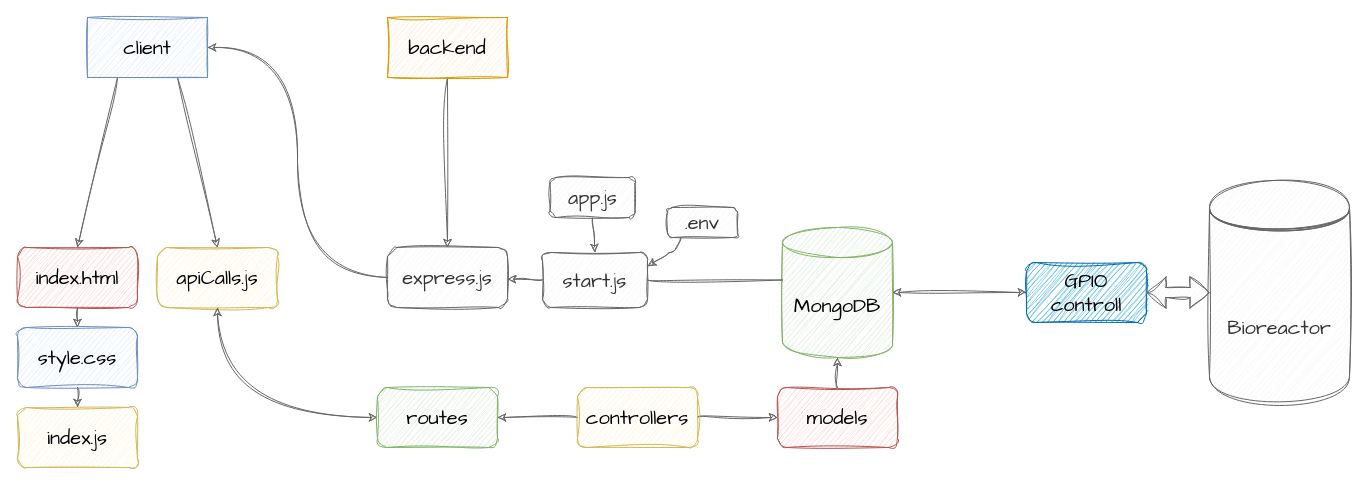
Earlier version of the draw.io diagram blueprints/softwareDesign.drawio (MelcherMate/Bioversee_Webapp). Source tidied: cells renumbered, new cells numbered last; positions are measured from the earlier drawing's top-left corner, leaving out a move shared by most shapes. Both pictures are drawn from the tidied source at 100%, with x=0, y=0 at pixel (17, 17).
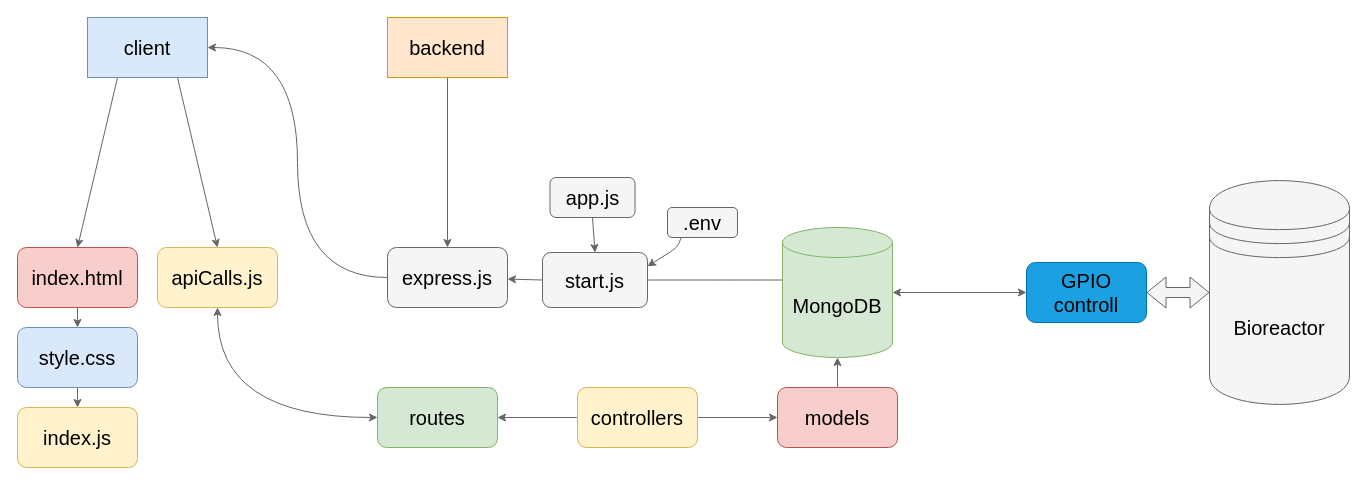
The same page after the edit.

The edit, as a diff of the source:
```diff
@@
-    <mxCell id="2" style="edgeStyle=none;hachureGap=4;html=1;exitX=0.25;exitY=1;exitDx=0;exitDy=0;entryX=0.5;entryY=0;entryDx=0;entryDy=0;fontFamily=Architects Daughter;fontSize=16;fontColor=#000000;labelBackgroundColor=none;sketch=1;curveFitting=1;jiggle=2;shadow=0;fillColor=#f5f5f5;strokeColor=#666666;" parent="1" edge="1" source="4" target="8">
+    <mxCell id="2" style="edgeStyle=none;hachureGap=4;html=1;exitX=0.25;exitY=1;exitDx=0;exitDy=0;entryX=0.5;entryY=0;entryDx=0;entryDy=0;fontFamily=Helvetica;fontSize=16;fontColor=#000000;labelBackgroundColor=none;shadow=0;fillColor=#f5f5f5;strokeColor=#666666;" parent="1" edge="1" source="4" target="8">
       <mxGeometry relative="1" as="geometry" />
     </mxCell>
-    <mxCell id="3" style="edgeStyle=none;hachureGap=4;html=1;exitX=0.75;exitY=1;exitDx=0;exitDy=0;entryX=0.5;entryY=0;entryDx=0;entryDy=0;fontFamily=Architects Daughter;fontSize=16;fontColor=#000000;labelBackgroundColor=none;sketch=1;curveFitting=1;jiggle=2;shadow=0;fillColor=#f5f5f5;strokeColor=#666666;" parent="1" edge="1" source="4" target="12">
+    <mxCell id="3" style="edgeStyle=none;hachureGap=4;html=1;exitX=0.75;exitY=1;exitDx=0;exitDy=0;entryX=0.5;entryY=0;entryDx=0;entryDy=0;fontFamily=Helvetica;fontSize=16;fontColor=#000000;labelBackgroundColor=none;shadow=0;fillColor=#f5f5f5;strokeColor=#666666;" parent="1" edge="1" source="4" target="12">
       <mxGeometry relative="1" as="geometry" />
     </mxCell>
-    <mxCell id="4" value="client" style="rounded=0;whiteSpace=wrap;html=1;hachureGap=4;fontFamily=Architects Daughter;fontSize=20;labelBackgroundColor=none;sketch=1;curveFitting=1;jiggle=2;shadow=0;fillColor=#dae8fc;strokeColor=#6c8ebf;fontColor=#000000;" parent="1" vertex="1">
+    <mxCell id="4" value="client" style="rounded=0;whiteSpace=wrap;html=1;hachureGap=4;fontFamily=Helvetica;fontSize=20;labelBackgroundColor=none;shadow=0;fillColor=#dae8fc;strokeColor=#6c8ebf;fontColor=#000000;" parent="1" vertex="1">
       <mxGeometry x="70" width="120" height="60" as="geometry" />
     </mxCell>
-    <mxCell id="5" style="edgeStyle=none;hachureGap=4;html=1;exitX=0.5;exitY=1;exitDx=0;exitDy=0;entryX=0.5;entryY=0;entryDx=0;entryDy=0;fontFamily=Architects Daughter;fontSize=16;fontColor=#000000;labelBackgroundColor=none;sketch=1;curveFitting=1;jiggle=2;shadow=0;fillColor=#f5f5f5;strokeColor=#666666;" parent="1" edge="1" source="6" target="14">
+    <mxCell id="5" style="edgeStyle=none;hachureGap=4;html=1;exitX=0.5;exitY=1;exitDx=0;exitDy=0;entryX=0.5;entryY=0;entryDx=0;entryDy=0;fontFamily=Helvetica;fontSize=16;fontColor=#000000;labelBackgroundColor=none;shadow=0;fillColor=#f5f5f5;strokeColor=#666666;" parent="1" edge="1" source="6" target="14">
       <mxGeometry relative="1" as="geometry" />
     </mxCell>
-    <mxCell id="6" value="backend" style="rounded=0;whiteSpace=wrap;html=1;hachureGap=4;fontFamily=Architects Daughter;fontSize=20;gradientDirection=north;labelBackgroundColor=none;sketch=1;curveFitting=1;jiggle=2;shadow=0;fillColor=#ffe6cc;strokeColor=#d79b00;fontColor=#000000;" parent="1" vertex="1">
+    <mxCell id="6" value="backend" style="rounded=0;whiteSpace=wrap;html=1;hachureGap=4;fontFamily=Helvetica;fontSize=20;gradientDirection=north;labelBackgroundColor=none;shadow=0;fillColor=#ffe6cc;strokeColor=#d79b00;fontColor=#000000;" parent="1" vertex="1">
       <mxGeometry x="370" width="120" height="60" as="geometry" />
     </mxCell>
-    <mxCell id="7" style="edgeStyle=none;hachureGap=4;html=1;exitX=0.5;exitY=1;exitDx=0;exitDy=0;entryX=0.5;entryY=0;entryDx=0;entryDy=0;fontFamily=Architects Daughter;fontSize=16;fontColor=#000000;labelBackgroundColor=none;sketch=1;curveFitting=1;jiggle=2;shadow=0;fillColor=#f5f5f5;strokeColor=#666666;" parent="1" edge="1" source="8" target="10">
+    <mxCell id="7" style="edgeStyle=none;hachureGap=4;html=1;exitX=0.5;exitY=1;exitDx=0;exitDy=0;entryX=0.5;entryY=0;entryDx=0;entryDy=0;fontFamily=Helvetica;fontSize=16;fontColor=#000000;labelBackgroundColor=none;shadow=0;fillColor=#f5f5f5;strokeColor=#666666;" parent="1" edge="1" source="8" target="10">
       <mxGeometry relative="1" as="geometry" />
     </mxCell>
-    <mxCell id="8" value="index.html" style="rounded=1;whiteSpace=wrap;html=1;hachureGap=4;fontFamily=Architects Daughter;fontSize=20;labelBackgroundColor=none;sketch=1;curveFitting=1;jiggle=2;shadow=0;fillColor=#f8cecc;strokeColor=#b85450;fontColor=#000000;" parent="1" vertex="1">
+    <mxCell id="8" value="index.html" style="rounded=1;whiteSpace=wrap;html=1;hachureGap=4;fontFamily=Helvetica;fontSize=20;labelBackgroundColor=none;shadow=0;fillColor=#f8cecc;strokeColor=#b85450;fontColor=#000000;" parent="1" vertex="1">
       <mxGeometry y="230" width="120" height="60" as="geometry" />
     </mxCell>
-    <mxCell id="9" style="edgeStyle=none;hachureGap=4;html=1;exitX=0.5;exitY=1;exitDx=0;exitDy=0;entryX=0.5;entryY=0;entryDx=0;entryDy=0;fontFamily=Architects Daughter;fontSize=16;fontColor=#000000;labelBackgroundColor=none;sketch=1;curveFitting=1;jiggle=2;shadow=0;fillColor=#f5f5f5;strokeColor=#666666;" parent="1" edge="1" source="10" target="11">
+    <mxCell id="9" style="edgeStyle=none;hachureGap=4;html=1;exitX=0.5;exitY=1;exitDx=0;exitDy=0;entryX=0.5;entryY=0;entryDx=0;entryDy=0;fontFamily=Helvetica;fontSize=16;fontColor=#000000;labelBackgroundColor=none;shadow=0;fillColor=#f5f5f5;strokeColor=#666666;" parent="1" edge="1" source="10" target="11">
       <mxGeometry relative="1" as="geometry" />
     </mxCell>
-    <mxCell id="10" value="style.css" style="rounded=1;whiteSpace=wrap;html=1;hachureGap=4;fontFamily=Architects Daughter;fontSize=20;labelBackgroundColor=none;sketch=1;curveFitting=1;jiggle=2;shadow=0;fillColor=#dae8fc;strokeColor=#6c8ebf;fontColor=#000000;" parent="1" vertex="1">
+    <mxCell id="10" value="style.css" style="rounded=1;whiteSpace=wrap;html=1;hachureGap=4;fontFamily=Helvetica;fontSize=20;labelBackgroundColor=none;shadow=0;fillColor=#dae8fc;strokeColor=#6c8ebf;fontColor=#000000;" parent="1" vertex="1">
       <mxGeometry y="310" width="120" height="60" as="geometry" />
     </mxCell>
-    <mxCell id="11" value="index.js" style="rounded=1;whiteSpace=wrap;html=1;hachureGap=4;fontFamily=Architects Daughter;fontSize=20;labelBackgroundColor=none;sketch=1;curveFitting=1;jiggle=2;shadow=0;fillColor=#fff2cc;strokeColor=#d6b656;fontColor=#000000;" parent="1" vertex="1">
+    <mxCell id="11" value="index.js" style="rounded=1;whiteSpace=wrap;html=1;hachureGap=4;fontFamily=Helvetica;fontSize=20;labelBackgroundColor=none;shadow=0;fillColor=#fff2cc;strokeColor=#d6b656;fontColor=#000000;" parent="1" vertex="1">
       <mxGeometry y="390" width="120" height="60" as="geometry" />
     </mxCell>
-    <mxCell id="12" value="apiCalls.js" style="rounded=1;whiteSpace=wrap;html=1;hachureGap=4;fontFamily=Architects Daughter;fontSize=20;labelBackgroundColor=none;sketch=1;curveFitting=1;jiggle=2;shadow=0;fillColor=#fff2cc;strokeColor=#d6b656;fontColor=#000000;" parent="1" vertex="1">
+    <mxCell id="12" value="apiCalls.js" style="rounded=1;whiteSpace=wrap;html=1;hachureGap=4;fontFamily=Helvetica;fontSize=20;labelBackgroundColor=none;shadow=0;fillColor=#fff2cc;strokeColor=#d6b656;fontColor=#000000;" parent="1" vertex="1">
       <mxGeometry x="140" y="230" width="120" height="60" as="geometry" />
     </mxCell>
-    <mxCell id="13" style="edgeStyle=orthogonalEdgeStyle;hachureGap=4;html=1;exitX=0;exitY=0.5;exitDx=0;exitDy=0;entryX=1;entryY=0.5;entryDx=0;entryDy=0;fontFamily=Architects Daughter;fontSize=16;curved=1;fontColor=#000000;labelBackgroundColor=none;sketch=1;curveFitting=1;jiggle=2;shadow=0;fillColor=#f5f5f5;strokeColor=#666666;" parent="1" edge="1" source="14" target="4">
+    <mxCell id="13" style="edgeStyle=orthogonalEdgeStyle;hachureGap=4;html=1;exitX=0;exitY=0.5;exitDx=0;exitDy=0;entryX=1;entryY=0.5;entryDx=0;entryDy=0;fontFamily=Helvetica;fontSize=16;curved=1;fontColor=#000000;labelBackgroundColor=none;shadow=0;fillColor=#f5f5f5;strokeColor=#666666;" parent="1" edge="1" source="14" target="4">
       <mxGeometry relative="1" as="geometry" />
     </mxCell>
-    <mxCell id="14" value="express.js" style="rounded=1;whiteSpace=wrap;html=1;hachureGap=4;fontFamily=Architects Daughter;fontSize=20;labelBackgroundColor=none;sketch=1;curveFitting=1;jiggle=2;shadow=0;fillColor=#f5f5f5;strokeColor=#666666;fontColor=#333333;" parent="1" vertex="1">
+    <mxCell id="14" value="express.js" style="rounded=1;whiteSpace=wrap;html=1;hachureGap=4;fontFamily=Helvetica;fontSize=20;labelBackgroundColor=none;shadow=0;fillColor=#f5f5f5;strokeColor=#666666;fontColor=#000000;" parent="1" vertex="1">
       <mxGeometry x="370" y="230" width="120" height="60" as="geometry" />
     </mxCell>
-    <mxCell id="15" style="edgeStyle=none;hachureGap=4;html=1;exitX=0;exitY=0.5;exitDx=0;exitDy=0;fontFamily=Architects Daughter;fontSize=16;fontColor=#000000;labelBackgroundColor=none;sketch=1;curveFitting=1;jiggle=2;shadow=0;fillColor=#f5f5f5;strokeColor=#666666;" parent="1" edge="1" source="16" target="14">
+    <mxCell id="15" style="edgeStyle=none;hachureGap=4;html=1;exitX=0;exitY=0.5;exitDx=0;exitDy=0;fontFamily=Helvetica;fontSize=16;fontColor=#000000;labelBackgroundColor=none;shadow=0;fillColor=#f5f5f5;strokeColor=#666666;" parent="1" edge="1" source="16" target="14">
       <mxGeometry relative="1" as="geometry" />
     </mxCell>
-    <mxCell id="16" value="start.js" style="rounded=1;whiteSpace=wrap;html=1;hachureGap=4;fontFamily=Architects Daughter;fontSize=20;labelBackgroundColor=none;sketch=1;curveFitting=1;jiggle=2;shadow=0;fillColor=#f5f5f5;strokeColor=#666666;fontColor=#333333;" parent="1" vertex="1">
+    <mxCell id="16" value="start.js" style="rounded=1;whiteSpace=wrap;html=1;hachureGap=4;fontFamily=Helvetica;fontSize=20;labelBackgroundColor=none;shadow=0;fillColor=#f5f5f5;strokeColor=#666666;fontColor=#000000;" parent="1" vertex="1">
       <mxGeometry x="525" y="235" width="105" height="55" as="geometry" />
     </mxCell>
-    <mxCell id="17" style="edgeStyle=none;hachureGap=4;html=1;exitX=0.191;exitY=1.018;exitDx=0;exitDy=0;entryX=1;entryY=0.25;entryDx=0;entryDy=0;fontFamily=Architects Daughter;fontSize=16;exitPerimeter=0;fontColor=#000000;labelBackgroundColor=none;sketch=1;curveFitting=1;jiggle=2;shadow=0;fillColor=#f5f5f5;strokeColor=#666666;" parent="1" edge="1" source="18" target="16">
+    <mxCell id="17" style="edgeStyle=none;hachureGap=4;html=1;exitX=0.191;exitY=1.018;exitDx=0;exitDy=0;entryX=1;entryY=0.25;entryDx=0;entryDy=0;fontFamily=Helvetica;fontSize=16;exitPerimeter=0;fontColor=#000000;labelBackgroundColor=none;shadow=0;fillColor=#f5f5f5;strokeColor=#666666;" parent="1" edge="1" source="18" target="16">
       <mxGeometry relative="1" as="geometry">
         <Array as="points">
           <mxPoint x="660" y="230" />
         </Array>
       </mxGeometry>
     </mxCell>
-    <mxCell id="18" value=".env" style="rounded=1;whiteSpace=wrap;html=1;hachureGap=4;fontFamily=Architects Daughter;fontSize=20;labelBackgroundColor=none;sketch=1;curveFitting=1;jiggle=2;shadow=0;fillColor=#f5f5f5;strokeColor=#666666;fontColor=#333333;" parent="1" vertex="1">
+    <mxCell id="18" value=".env" style="rounded=1;whiteSpace=wrap;html=1;hachureGap=4;fontFamily=Helvetica;fontSize=20;labelBackgroundColor=none;shadow=0;fillColor=#f5f5f5;strokeColor=#666666;fontColor=#000000;" parent="1" vertex="1">
       <mxGeometry x="650" y="190" width="70" height="30" as="geometry" />
     </mxCell>
-    <mxCell id="19" style="edgeStyle=none;hachureGap=4;html=1;exitX=0.5;exitY=1;exitDx=0;exitDy=0;entryX=0.5;entryY=0;entryDx=0;entryDy=0;fontFamily=Architects Daughter;fontSize=16;fontColor=#000000;labelBackgroundColor=none;sketch=1;curveFitting=1;jiggle=2;shadow=0;fillColor=#f5f5f5;strokeColor=#666666;" parent="1" edge="1" source="20" target="16">
+    <mxCell id="19" style="edgeStyle=none;hachureGap=4;html=1;exitX=0.5;exitY=1;exitDx=0;exitDy=0;entryX=0.5;entryY=0;entryDx=0;entryDy=0;fontFamily=Helvetica;fontSize=16;fontColor=#000000;labelBackgroundColor=none;shadow=0;fillColor=#f5f5f5;strokeColor=#666666;" parent="1" edge="1" source="20" target="16">
       <mxGeometry relative="1" as="geometry" />
     </mxCell>
-    <mxCell id="20" value="app.js" style="rounded=1;whiteSpace=wrap;html=1;hachureGap=4;fontFamily=Architects Daughter;fontSize=20;labelBackgroundColor=none;sketch=1;curveFitting=1;jiggle=2;shadow=0;fillColor=#f5f5f5;strokeColor=#666666;fontColor=#333333;" parent="1" vertex="1">
+    <mxCell id="20" value="app.js" style="rounded=1;whiteSpace=wrap;html=1;hachureGap=4;fontFamily=Helvetica;fontSize=20;labelBackgroundColor=none;shadow=0;fillColor=#f5f5f5;strokeColor=#666666;fontColor=#000000;" parent="1" vertex="1">
       <mxGeometry x="532.5" y="160" width="85" height="40" as="geometry" />
     </mxCell>
-    <mxCell id="21" value="MongoDB" style="shape=cylinder3;whiteSpace=wrap;html=1;boundedLbl=1;backgroundOutline=1;size=15;hachureGap=4;fontFamily=Architects Daughter;fontSize=20;labelBackgroundColor=none;sketch=1;curveFitting=1;jiggle=2;shadow=0;fillColor=#d5e8d4;strokeColor=#82b366;fontColor=#000000;" parent="1" vertex="1">
+    <mxCell id="21" value="MongoDB" style="shape=cylinder3;whiteSpace=wrap;html=1;boundedLbl=1;backgroundOutline=1;size=15;hachureGap=4;fontFamily=Helvetica;fontSize=20;labelBackgroundColor=none;shadow=0;fillColor=#d5e8d4;strokeColor=#82b366;fontColor=#000000;" parent="1" vertex="1">
       <mxGeometry x="765" y="210" width="110" height="130" as="geometry" />
     </mxCell>
-    <mxCell id="22" style="endArrow=none;html=1;shadow=0;hachureGap=4;fontFamily=Architects Daughter;fontSize=16;curved=1;elbow=vertical;entryX=0;entryY=0;entryDx=0;entryDy=52.5;entryPerimeter=0;exitX=1;exitY=0.5;exitDx=0;exitDy=0;fontColor=#000000;labelBackgroundColor=none;sketch=1;curveFitting=1;jiggle=2;fillColor=#f5f5f5;strokeColor=#666666;" parent="1" edge="1" source="16" target="21">
+    <mxCell id="22" style="endArrow=none;html=1;shadow=0;hachureGap=4;fontFamily=Helvetica;fontSize=16;curved=1;elbow=vertical;entryX=0;entryY=0;entryDx=0;entryDy=52.5;entryPerimeter=0;exitX=1;exitY=0.5;exitDx=0;exitDy=0;fontColor=#000000;labelBackgroundColor=none;fillColor=#f5f5f5;strokeColor=#666666;" parent="1" edge="1" source="16" target="21">
       <mxGeometry relative="1" as="geometry" />
     </mxCell>
-    <mxCell id="23" style="edgeStyle=orthogonalEdgeStyle;curved=1;hachureGap=4;html=1;exitX=0.5;exitY=0;exitDx=0;exitDy=0;fontFamily=Architects Daughter;fontSize=16;fontColor=#000000;labelBackgroundColor=none;sketch=1;curveFitting=1;jiggle=2;shadow=0;fillColor=#f5f5f5;strokeColor=#666666;" parent="1" edge="1" source="24" target="21">
+    <mxCell id="23" style="edgeStyle=orthogonalEdgeStyle;curved=1;hachureGap=4;html=1;exitX=0.5;exitY=0;exitDx=0;exitDy=0;fontFamily=Helvetica;fontSize=16;fontColor=#000000;labelBackgroundColor=none;shadow=0;fillColor=#f5f5f5;strokeColor=#666666;" parent="1" edge="1" source="24" target="21">
       <mxGeometry relative="1" as="geometry" />
     </mxCell>
-    <mxCell id="24" value="models" style="rounded=1;whiteSpace=wrap;html=1;hachureGap=4;fontFamily=Architects Daughter;fontSize=20;labelBackgroundColor=none;sketch=1;curveFitting=1;jiggle=2;shadow=0;fillColor=#f8cecc;strokeColor=#b85450;fontColor=#000000;" parent="1" vertex="1">
+    <mxCell id="24" value="models" style="rounded=1;whiteSpace=wrap;html=1;hachureGap=4;fontFamily=Helvetica;fontSize=20;labelBackgroundColor=none;shadow=0;fillColor=#f8cecc;strokeColor=#b85450;fontColor=#000000;" parent="1" vertex="1">
       <mxGeometry x="760" y="370" width="120" height="60" as="geometry" />
     </mxCell>
-    <mxCell id="25" style="edgeStyle=orthogonalEdgeStyle;curved=1;hachureGap=4;html=1;exitX=1;exitY=0.5;exitDx=0;exitDy=0;entryX=0;entryY=0.5;entryDx=0;entryDy=0;fontFamily=Architects Daughter;fontSize=16;fontColor=#000000;labelBackgroundColor=none;sketch=1;curveFitting=1;jiggle=2;shadow=0;fillColor=#f5f5f5;strokeColor=#666666;" parent="1" edge="1" source="27" target="24">
+    <mxCell id="25" style="edgeStyle=orthogonalEdgeStyle;curved=1;hachureGap=4;html=1;exitX=1;exitY=0.5;exitDx=0;exitDy=0;entryX=0;entryY=0.5;entryDx=0;entryDy=0;fontFamily=Helvetica;fontSize=16;fontColor=#000000;labelBackgroundColor=none;shadow=0;fillColor=#f5f5f5;strokeColor=#666666;" parent="1" edge="1" source="27" target="24">
       <mxGeometry relative="1" as="geometry" />
     </mxCell>
-    <mxCell id="26" style="edgeStyle=orthogonalEdgeStyle;curved=1;hachureGap=4;html=1;exitX=0;exitY=0.5;exitDx=0;exitDy=0;entryX=1;entryY=0.5;entryDx=0;entryDy=0;fontFamily=Architects Daughter;fontSize=16;fontColor=#000000;labelBackgroundColor=none;sketch=1;curveFitting=1;jiggle=2;shadow=0;fillColor=#f5f5f5;strokeColor=#666666;" parent="1" edge="1" source="27" target="29">
+    <mxCell id="26" style="edgeStyle=orthogonalEdgeStyle;curved=1;hachureGap=4;html=1;exitX=0;exitY=0.5;exitDx=0;exitDy=0;entryX=1;entryY=0.5;entryDx=0;entryDy=0;fontFamily=Helvetica;fontSize=16;fontColor=#000000;labelBackgroundColor=none;shadow=0;fillColor=#f5f5f5;strokeColor=#666666;" parent="1" edge="1" source="27" target="29">
       <mxGeometry relative="1" as="geometry" />
     </mxCell>
-    <mxCell id="27" value="controllers" style="rounded=1;whiteSpace=wrap;html=1;hachureGap=4;fontFamily=Architects Daughter;fontSize=20;labelBackgroundColor=none;sketch=1;curveFitting=1;jiggle=2;shadow=0;fillColor=#fff2cc;strokeColor=#d6b656;fontColor=#000000;" parent="1" vertex="1">
+    <mxCell id="27" value="controllers" style="rounded=1;whiteSpace=wrap;html=1;hachureGap=4;fontFamily=Helvetica;fontSize=20;labelBackgroundColor=none;shadow=0;fillColor=#fff2cc;strokeColor=#d6b656;fontColor=#000000;" parent="1" vertex="1">
       <mxGeometry x="560" y="370" width="120" height="60" as="geometry" />
     </mxCell>
-    <mxCell id="28" style="edgeStyle=orthogonalEdgeStyle;curved=1;hachureGap=4;html=1;exitX=0;exitY=0.5;exitDx=0;exitDy=0;entryX=0.5;entryY=1;entryDx=0;entryDy=0;fontFamily=Architects Daughter;fontSize=16;startArrow=classic;startFill=1;fontColor=#000000;labelBackgroundColor=none;sketch=1;curveFitting=1;jiggle=2;shadow=0;fillColor=#f5f5f5;strokeColor=#666666;" parent="1" edge="1" source="29" target="12">
+    <mxCell id="28" style="edgeStyle=orthogonalEdgeStyle;curved=1;hachureGap=4;html=1;exitX=0;exitY=0.5;exitDx=0;exitDy=0;entryX=0.5;entryY=1;entryDx=0;entryDy=0;fontFamily=Helvetica;fontSize=16;startArrow=classic;startFill=1;fontColor=#000000;labelBackgroundColor=none;shadow=0;fillColor=#f5f5f5;strokeColor=#666666;" parent="1" edge="1" source="29" target="12">
       <mxGeometry relative="1" as="geometry" />
     </mxCell>
-    <mxCell id="29" value="routes" style="rounded=1;whiteSpace=wrap;html=1;hachureGap=4;fontFamily=Architects Daughter;fontSize=20;labelBackgroundColor=none;sketch=1;curveFitting=1;jiggle=2;shadow=0;fillColor=#d5e8d4;strokeColor=#82b366;fontColor=#000000;" parent="1" vertex="1">
+    <mxCell id="29" value="routes" style="rounded=1;whiteSpace=wrap;html=1;hachureGap=4;fontFamily=Helvetica;fontSize=20;labelBackgroundColor=none;shadow=0;fillColor=#d5e8d4;strokeColor=#82b366;fontColor=#000000;" parent="1" vertex="1">
       <mxGeometry x="360" y="370" width="120" height="60" as="geometry" />
     </mxCell>
-    <mxCell id="30" style="edgeStyle=none;hachureGap=4;html=1;exitX=1;exitY=0.5;exitDx=0;exitDy=0;entryX=0;entryY=0.5;entryDx=0;entryDy=0;fontFamily=Architects Daughter;fontSize=16;startArrow=classic;startFill=1;fontColor=#000000;labelBackgroundColor=none;sketch=1;curveFitting=1;jiggle=2;shadow=0;fillColor=#f5f5f5;strokeColor=#666666;" parent="1" edge="1" target="31">
+    <mxCell id="30" style="edgeStyle=none;hachureGap=4;html=1;exitX=1;exitY=0.5;exitDx=0;exitDy=0;entryX=0;entryY=0.5;entryDx=0;entryDy=0;fontFamily=Helvetica;fontSize=16;startArrow=classic;startFill=1;fontColor=#000000;labelBackgroundColor=none;shadow=0;fillColor=#f5f5f5;strokeColor=#666666;" parent="1" edge="1" target="31">
       <mxGeometry relative="1" as="geometry">
         <mxPoint x="875" y="275" as="sourcePoint" />
       </mxGeometry>
     </mxCell>
-    <mxCell id="31" value="GPIO controll" style="rounded=1;whiteSpace=wrap;html=1;hachureGap=4;fontFamily=Architects Daughter;fontSize=20;labelBackgroundColor=none;shadow=0;fillColor=#1ba1e2;strokeColor=#006EAF;fontColor=#000000;sketch=1;curveFitting=1;jiggle=2;glass=0;" parent="1" vertex="1">
+    <mxCell id="31" value="GPIO controll" style="rounded=1;whiteSpace=wrap;html=1;hachureGap=4;fontFamily=Helvetica;fontSize=20;labelBackgroundColor=none;shadow=0;fillColor=#1ba1e2;strokeColor=#006EAF;fontColor=#000000;glass=0;" parent="1" vertex="1">
       <mxGeometry x="1009" y="245" width="120" height="60" as="geometry" />
     </mxCell>
-    <mxCell id="32" value="Bioreactor" style="shape=datastore;whiteSpace=wrap;html=1;hachureGap=4;fontFamily=Architects Daughter;fontSize=20;labelBackgroundColor=none;sketch=1;curveFitting=1;jiggle=2;shadow=0;fillColor=#f5f5f5;strokeColor=#666666;fontColor=#333333;" parent="1" vertex="1">
+    <mxCell id="32" value="Bioreactor" style="shape=datastore;whiteSpace=wrap;html=1;hachureGap=4;fontFamily=Helvetica;fontSize=20;labelBackgroundColor=none;shadow=0;fillColor=#f5f5f5;strokeColor=#666666;fontColor=#000000;" parent="1" vertex="1">
       <mxGeometry x="1192" y="163.1" width="140" height="223.8" as="geometry" />
     </mxCell>
-    <mxCell id="33" style="shape=flexArrow;endArrow=classic;html=1;hachureGap=4;fontFamily=Architects Daughter;fontSize=16;exitX=1;exitY=0.5;exitDx=0;exitDy=0;entryX=0;entryY=0.5;entryDx=0;entryDy=0;fontColor=#000000;labelBackgroundColor=none;sketch=1;curveFitting=1;jiggle=2;shadow=0;fillColor=#f5f5f5;strokeColor=#666666;startArrow=block;" parent="1" edge="1" source="31" target="32">
+    <mxCell id="33" style="shape=flexArrow;endArrow=classic;html=1;hachureGap=4;fontFamily=Helvetica;fontSize=16;exitX=1;exitY=0.5;exitDx=0;exitDy=0;entryX=0;entryY=0.5;entryDx=0;entryDy=0;fontColor=#000000;labelBackgroundColor=none;shadow=0;fillColor=#f5f5f5;strokeColor=#666666;startArrow=block;" parent="1" edge="1" source="31" target="32">
       <mxGeometry relative="1" as="geometry" />
     </mxCell>
```
